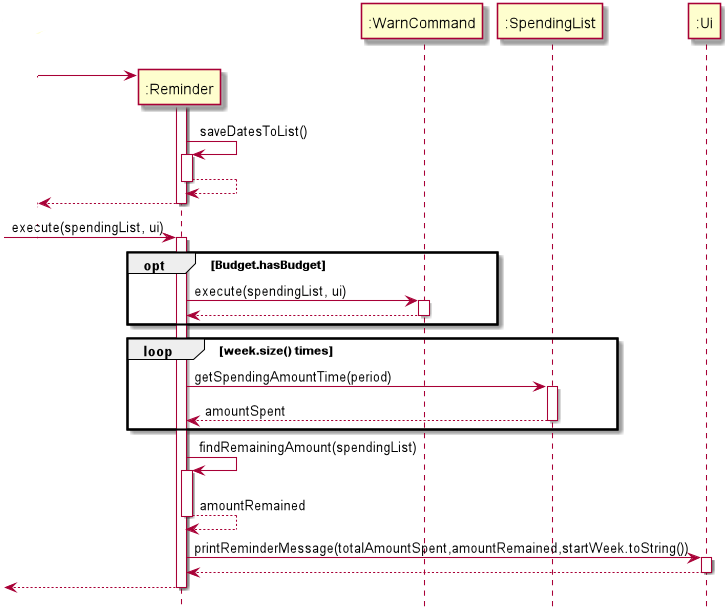
Above: docs/images/reminder.png in xieyaoyue/tp (PlantUML), before the change. Its source is kept beside it as src/uml/reminder.puml.
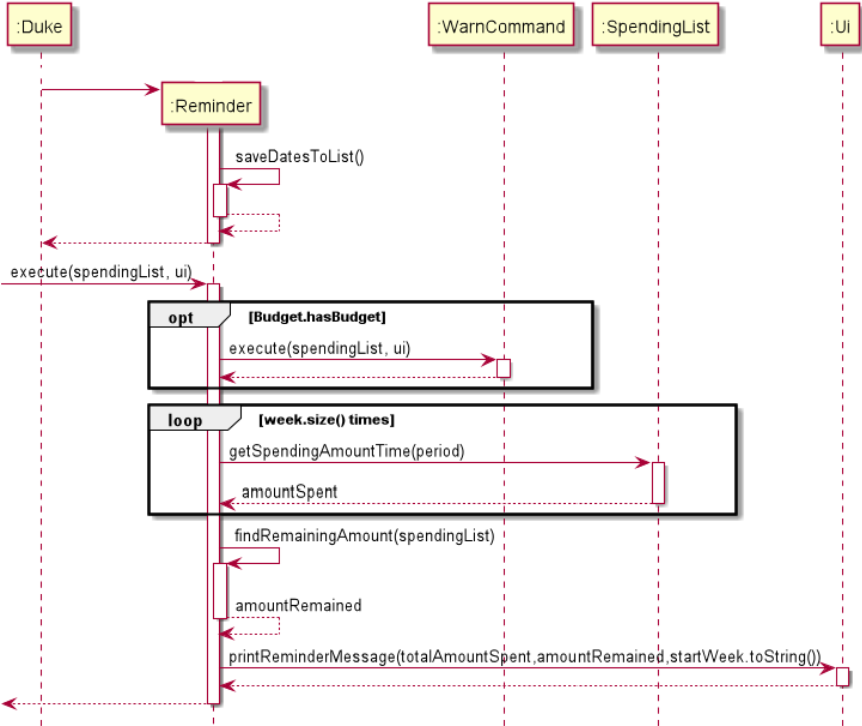
The same diagram one commit later.

Commit message:
update uml reminder diagram

Diff of the diagram source:
```diff
@@ -1,6 +1,8 @@
 @startuml
 hide footbox
 
+":Duke" -> ":Reminder"
+create ":Reminder"
 ":Duke" -> ":Reminder"
 activate ":Reminder"
 
```
